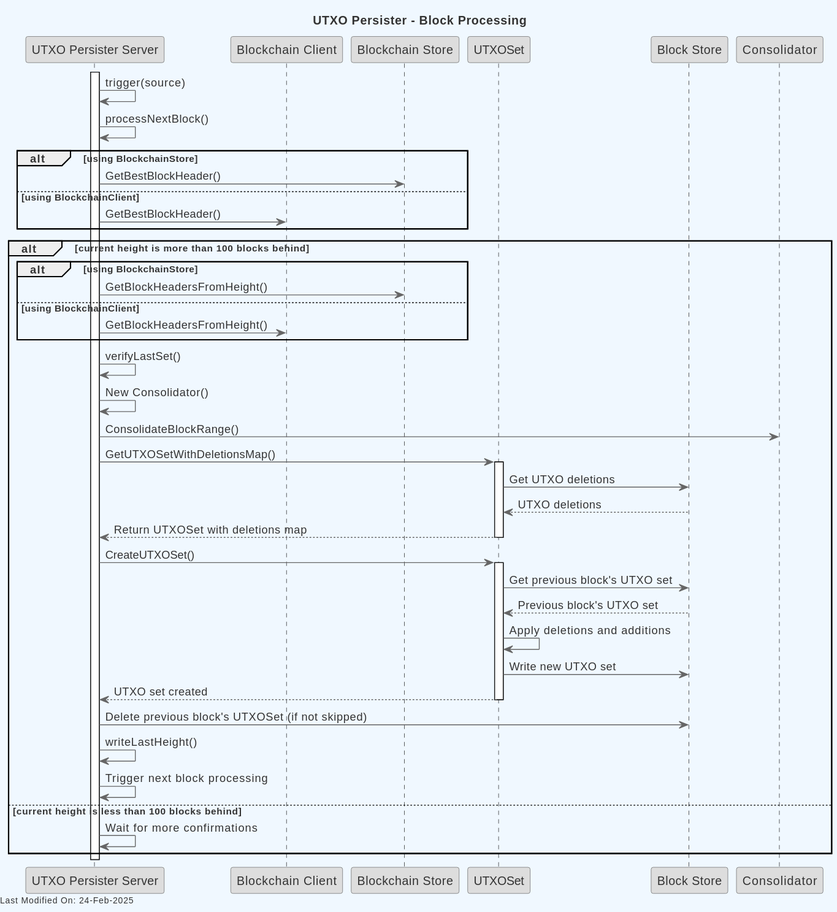
This is docs/topics/services/img/plantuml/utxopersister/utxo_persister_processing_blocks.svg from freemans13/teranode, a PlantUML export, as it was before one commit. Its source is kept beside it as docs/topics/services/img/plantuml/utxopersister/utxo_persister_processing_blocks.puml. Its diagram source:
```plantuml
@startuml
skinparam backgroundColor #F0F8FF
skinparam defaultFontColor #333333
skinparam arrowColor #666666

skinparam entity {
  BorderColor #666666
  BackgroundColor #DDDDDD
}

skinparam control {
  BorderColor #666666
  BackgroundColor #DDDDDD
}

skinparam participant {
  BorderColor #666666
  BackgroundColor #DDDDDD
}



title UTXO Persister - Block Processing

participant "UTXO Persister Server" as Server
participant "Blockchain Client" as BlockchainClient
participant "Blockchain Store" as BlockchainStore
participant "UTXOSet" as UTXOSet
participant "Block Store" as BlockStore

activate Server
Server -> Server : trigger(source)
Server -> Server : processNextBlock()

alt using BlockchainStore
    Server -> BlockchainStore : GetBestBlockHeader()
else using BlockchainClient
    Server -> BlockchainClient : GetBestBlockHeader()
end

alt current height is more than 100 blocks behind
    alt using BlockchainStore
        Server -> BlockchainStore : GetBlockHeadersFromHeight()
    else using BlockchainClient
        Server -> BlockchainClient : GetBlockHeadersFromHeight()
    end

    Server -> Server : verifyLastSet()
    Server -> Server : New Consolidator()
    Server -> Consolidator : ConsolidateBlockRange()

    Server -> UTXOSet : GetUTXOSetWithDeletionsMap()
    activate UTXOSet
    UTXOSet -> BlockStore : Get UTXO deletions
    BlockStore --> UTXOSet : UTXO deletions
    UTXOSet --> Server : Return UTXOSet with deletions map
    deactivate UTXOSet

    Server -> UTXOSet : CreateUTXOSet()
    activate UTXOSet
    UTXOSet -> BlockStore : Get previous block's UTXO set
    BlockStore --> UTXOSet : Previous block's UTXO set
    UTXOSet -> UTXOSet : Apply deletions and additions
    UTXOSet -> BlockStore : Write new UTXO set
    UTXOSet --> Server : UTXO set created
    deactivate UTXOSet

    Server -> BlockStore : Delete previous block's UTXOSet (if not skipped)
    Server -> Server : writeLastHeight()
    Server -> Server : Trigger next block processing
else current height is less than 100 blocks behind
    Server -> Server : Wait for more confirmations
end

deactivate Server

left footer Last Modified On: %date("dd-MMM-yyyy")

@enduml
```
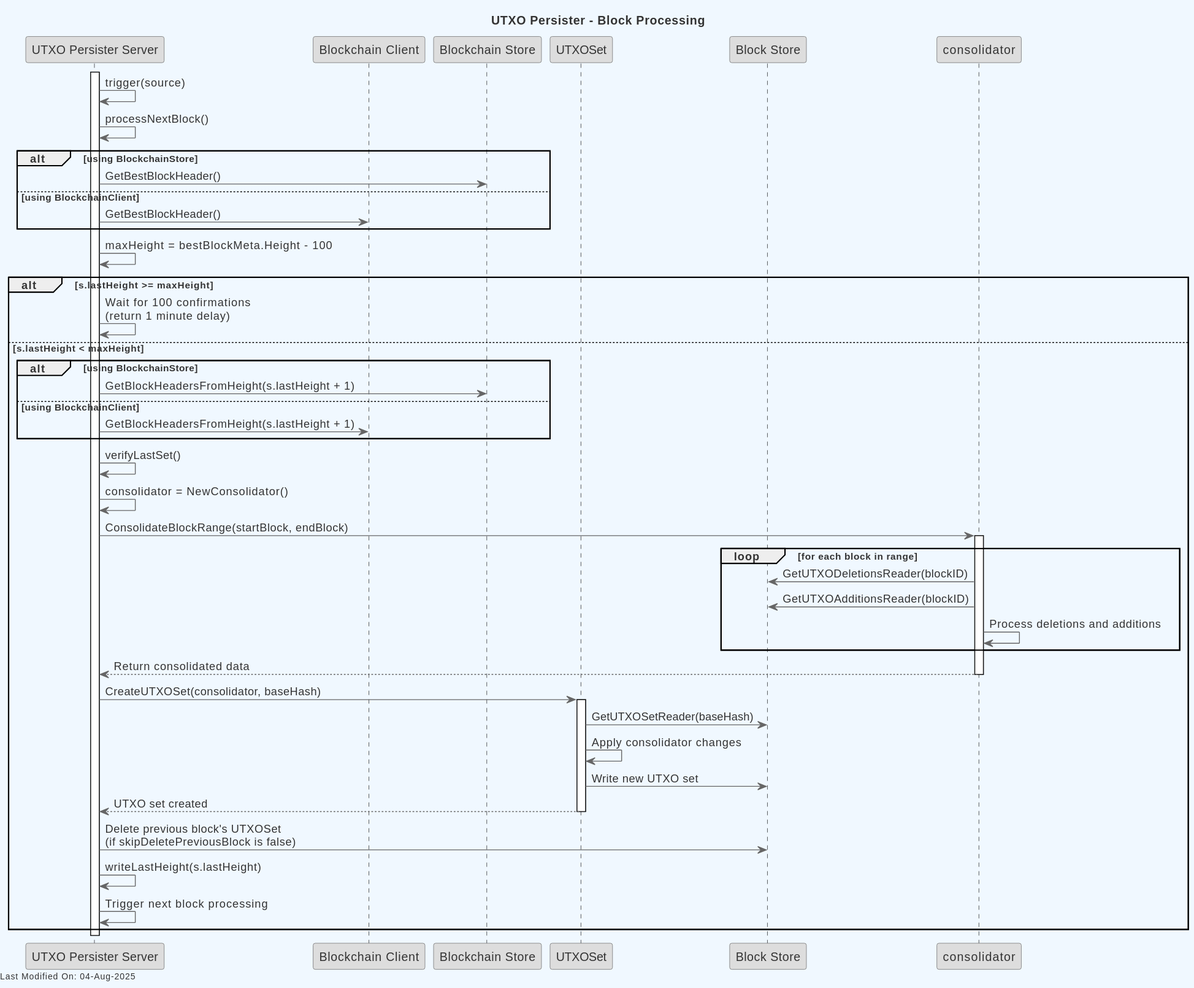
Above is the later version.

The edit, as a diff of the source:
```diff
@@ -38,38 +38,40 @@
     Server -> BlockchainClient : GetBestBlockHeader()
 end
 
-alt current height is more than 100 blocks behind
+Server -> Server : maxHeight = bestBlockMeta.Height - 100
+
+alt s.lastHeight >= maxHeight
+    Server -> Server : Wait for 100 confirmations\n(return 1 minute delay)
+else s.lastHeight < maxHeight
     alt using BlockchainStore
-        Server -> BlockchainStore : GetBlockHeadersFromHeight()
+        Server -> BlockchainStore : GetBlockHeadersFromHeight(s.lastHeight + 1)
     else using BlockchainClient
-        Server -> BlockchainClient : GetBlockHeadersFromHeight()
+        Server -> BlockchainClient : GetBlockHeadersFromHeight(s.lastHeight + 1)
     end
 
     Server -> Server : verifyLastSet()
-    Server -> Server : New Consolidator()
-    Server -> Consolidator : ConsolidateBlockRange()
+    Server -> Server : consolidator = NewConsolidator()
+    Server -> consolidator : ConsolidateBlockRange(startBlock, endBlock)
+    activate consolidator
+    loop for each block in range
+        consolidator -> BlockStore : GetUTXODeletionsReader(blockID)
+        consolidator -> BlockStore : GetUTXOAdditionsReader(blockID)
+        consolidator -> consolidator : Process deletions and additions
+    end
+    consolidator --> Server : Return consolidated data
+    deactivate consolidator
 
-    Server -> UTXOSet : GetUTXOSetWithDeletionsMap()
+    Server -> UTXOSet : CreateUTXOSet(consolidator, baseHash)
     activate UTXOSet
-    UTXOSet -> BlockStore : Get UTXO deletions
-    BlockStore --> UTXOSet : UTXO deletions
-    UTXOSet --> Server : Return UTXOSet with deletions map
-    deactivate UTXOSet
-
-    Server -> UTXOSet : CreateUTXOSet()
-    activate UTXOSet
-    UTXOSet -> BlockStore : Get previous block's UTXO set
-    BlockStore --> UTXOSet : Previous block's UTXO set
-    UTXOSet -> UTXOSet : Apply deletions and additions
+    UTXOSet -> BlockStore : GetUTXOSetReader(baseHash)
+    UTXOSet -> UTXOSet : Apply consolidator changes
     UTXOSet -> BlockStore : Write new UTXO set
     UTXOSet --> Server : UTXO set created
     deactivate UTXOSet
 
-    Server -> BlockStore : Delete previous block's UTXOSet (if not skipped)
-    Server -> Server : writeLastHeight()
+    Server -> BlockStore : Delete previous block's UTXOSet\n(if skipDeletePreviousBlock is false)
+    Server -> Server : writeLastHeight(s.lastHeight)
     Server -> Server : Trigger next block processing
-else current height is less than 100 blocks behind
-    Server -> Server : Wait for more confirmations
 end
 
 deactivate Server
```
